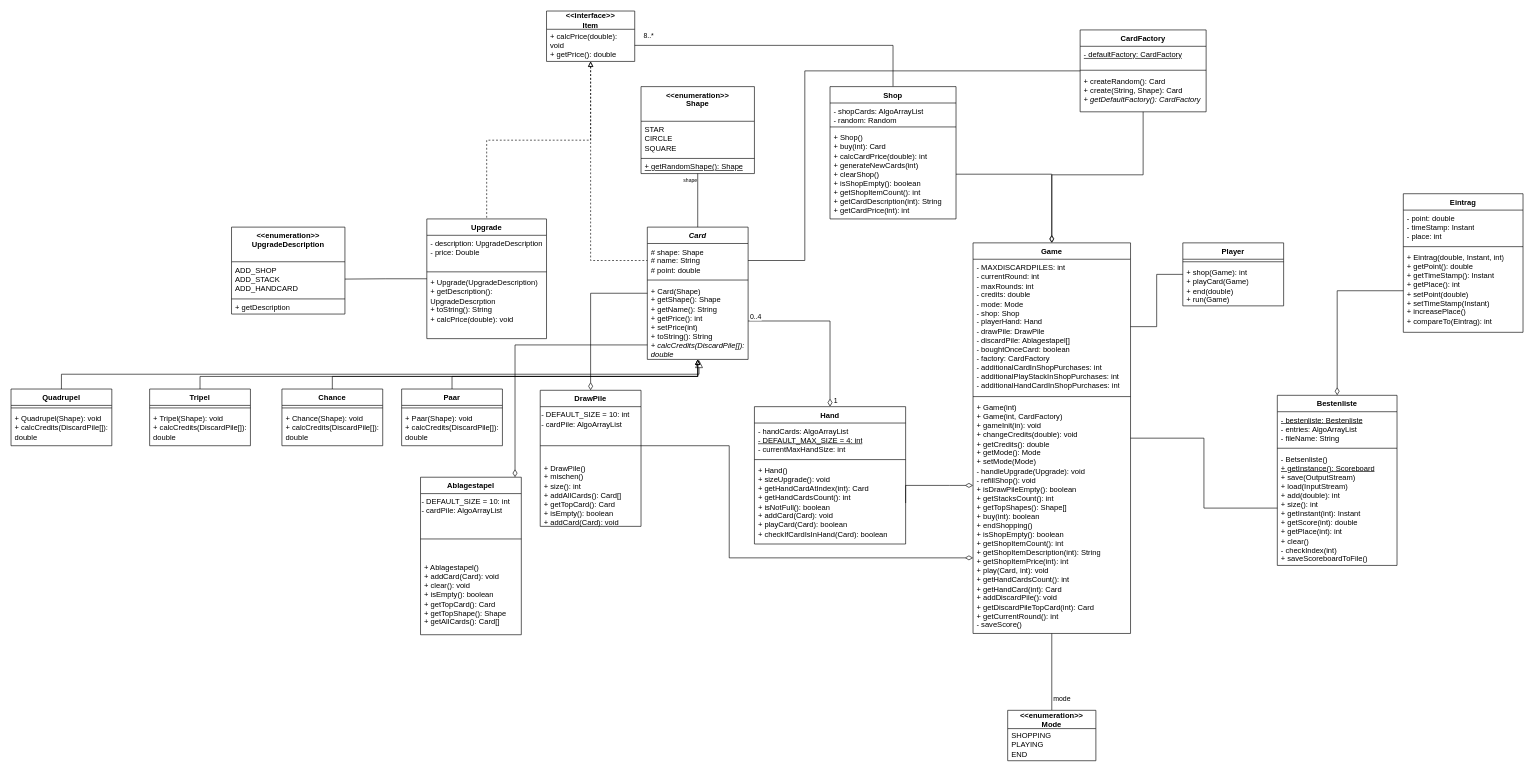
This is UML/KrassesProgrammierenProjekt.drawio from TrainFan1804/CardGame, a draw.io file, before an edit. Source tidied: cells renumbered, new cells numbered last; positions are measured from the earlier drawing's top-left corner, leaving out a move shared by most shapes. Both pictures are drawn from the tidied source at 63%, with x=0, y=0 at pixel (11, 11).
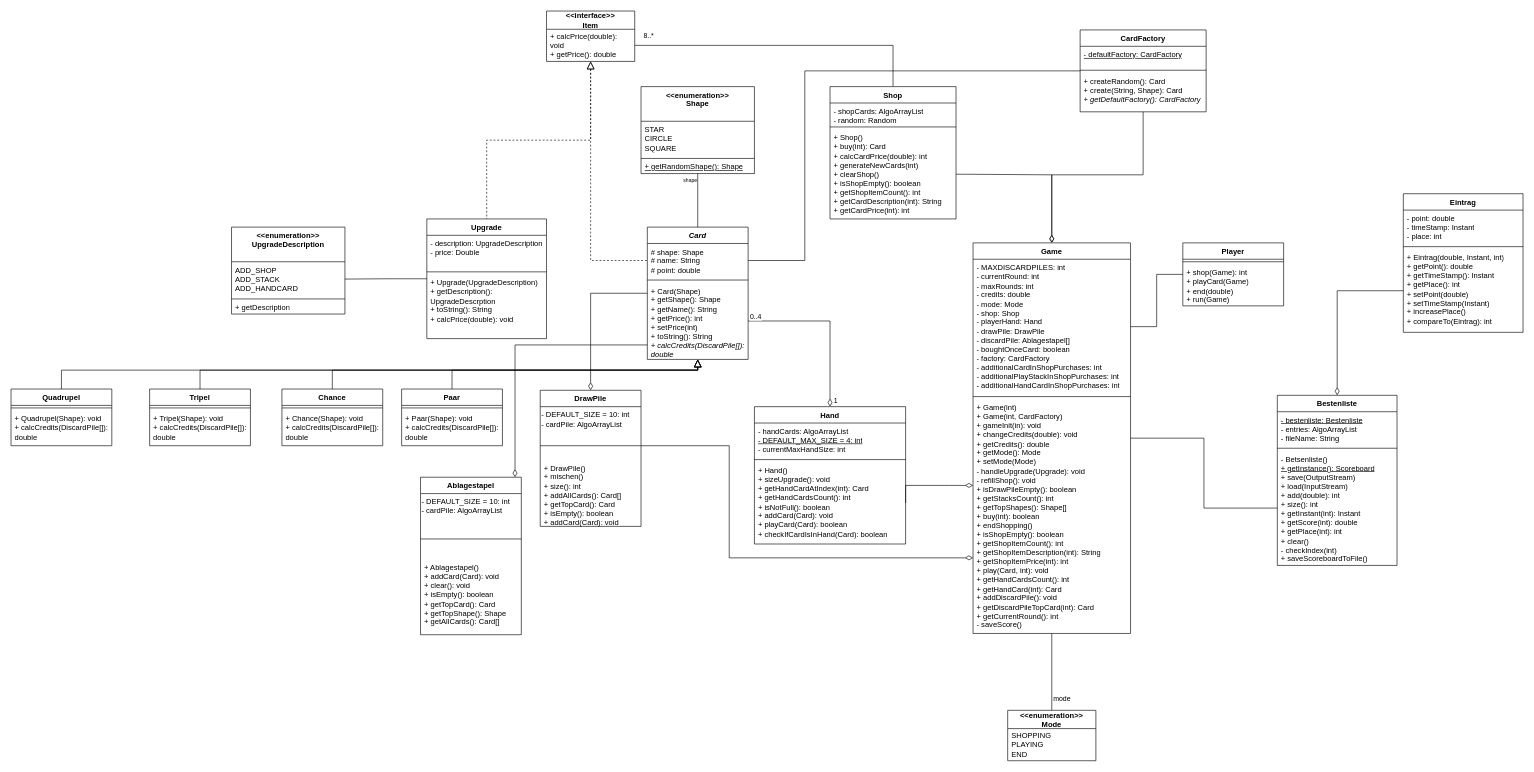
The same diagram, later.

Unchanged cells that the change refers to:
```xml
<mxCell id="7" value="&lt;i&gt;Card&lt;/i&gt;" style="swimlane;fontStyle=1;align=center;verticalAlign=top;horizontal=1;startSize=26;whiteSpace=wrap;html=1;labelBackgroundColor=none;" parent="1" vertex="1">
  <mxGeometry x="1010" y="343" width="160" height="210" as="geometry" />
</mxCell>
<mxCell id="8" value="# shape: Shape&lt;div&gt;# name: String&lt;/div&gt;&lt;div&gt;# point: double&lt;/div&gt;" style="text;strokeColor=none;fillColor=none;align=left;verticalAlign=top;spacingLeft=4;spacingRight=4;overflow=hidden;points=[[0,0.5],[1,0.5]];portConstraint=eastwest;whiteSpace=wrap;html=1;labelBackgroundColor=none;" parent="7" vertex="1">
  <mxGeometry y="26" width="160" height="54" as="geometry" />
</mxCell>
<mxCell id="10" value="+ Card(Shape)&lt;div&gt;+ getShape(): Shape&lt;/div&gt;&lt;div&gt;+ getName(): String&lt;/div&gt;&lt;div&gt;+ getPrice(): int&lt;/div&gt;&lt;div&gt;+ setPrice(int)&lt;/div&gt;&lt;div&gt;+ toString(): String&lt;/div&gt;&lt;div&gt;&lt;i&gt;+ calcCredits(DiscardPile[]): double&lt;/i&gt;&lt;br&gt;&lt;/div&gt;" style="text;strokeColor=none;fillColor=none;align=left;verticalAlign=top;spacingLeft=4;spacingRight=4;overflow=hidden;points=[[0,0.5],[1,0.5]];portConstraint=eastwest;whiteSpace=wrap;html=1;labelBackgroundColor=none;" parent="7" vertex="1">
  <mxGeometry y="88" width="160" height="122" as="geometry" />
</mxCell>
<mxCell id="17" value="Ablagestapel" style="swimlane;fontStyle=1;align=center;verticalAlign=top;horizontal=1;startSize=26;whiteSpace=wrap;html=1;labelBackgroundColor=none;" parent="1" vertex="1">
  <mxGeometry x="650" y="740" width="160" height="250" as="geometry" />
</mxCell>
<mxCell id="21" value="DrawPile" style="swimlane;fontStyle=1;align=center;verticalAlign=top;horizontal=1;startSize=26;whiteSpace=wrap;html=1;labelBackgroundColor=none;" parent="1" vertex="1">
  <mxGeometry x="840" y="602" width="160" height="216" as="geometry" />
</mxCell>
<mxCell id="37" value="&lt;div&gt;+ Shop()&lt;/div&gt;+ buy(int): Card&lt;div&gt;+ calcCardPrice(double): int&lt;/div&gt;&lt;div&gt;+ generateNewCards(int)&lt;/div&gt;&lt;div&gt;+ clearShop()&lt;/div&gt;&lt;div&gt;+ isShopEmpty(): boolean&lt;/div&gt;&lt;div&gt;+ getShopItemCount(): int&lt;/div&gt;&lt;div&gt;+ getCardDescription(int): String&lt;/div&gt;&lt;div&gt;+ getCardPrice(int): int&lt;br&gt;&lt;div&gt;&lt;br&gt;&lt;/div&gt;&lt;/div&gt;" style="text;strokeColor=none;fillColor=none;align=left;verticalAlign=top;spacingLeft=4;spacingRight=4;overflow=hidden;points=[[0,0.5],[1,0.5]];portConstraint=eastwest;whiteSpace=wrap;html=1;labelBackgroundColor=none;" parent="34" vertex="1">
  <mxGeometry y="68" width="200" height="142" as="geometry" />
</mxCell>
<mxCell id="42" value="&lt;div&gt;Game&lt;/div&gt;" style="swimlane;fontStyle=1;align=center;verticalAlign=top;horizontal=1;startSize=26;whiteSpace=wrap;html=1;labelBackgroundColor=none;" parent="1" vertex="1">
  <mxGeometry x="1527" y="368" width="250" height="620" as="geometry" />
</mxCell>
<mxCell id="55" value="Upgrade" style="swimlane;fontStyle=1;align=center;verticalAlign=top;horizontal=1;startSize=26;whiteSpace=wrap;html=1;labelBackgroundColor=none;" parent="1" vertex="1">
  <mxGeometry x="660" y="330" width="190" height="190" as="geometry" />
</mxCell>
<mxCell id="65" value="&amp;lt;&amp;lt;interface&amp;gt;&amp;gt;&lt;div&gt;Item&lt;/div&gt;" style="swimlane;fontStyle=1;align=center;verticalAlign=middle;horizontal=1;startSize=29;html=1;whiteSpace=wrap;labelBackgroundColor=none;" parent="1" vertex="1">
  <mxGeometry x="850" width="140" height="80" as="geometry" />
</mxCell>
<mxCell id="67" value="Chance" style="swimlane;fontStyle=1;align=center;verticalAlign=top;horizontal=1;startSize=26;whiteSpace=wrap;html=1;labelBackgroundColor=none;" parent="1" vertex="1">
  <mxGeometry x="430" y="600" width="160" height="90" as="geometry" />
</mxCell>
<mxCell id="70" value="Paar" style="swimlane;fontStyle=1;align=center;verticalAlign=top;horizontal=1;startSize=26;whiteSpace=wrap;html=1;labelBackgroundColor=none;" parent="1" vertex="1">
  <mxGeometry x="620" y="600" width="160" height="90" as="geometry" />
</mxCell>
<mxCell id="73" value="Tripel" style="swimlane;fontStyle=1;align=center;verticalAlign=top;horizontal=1;startSize=26;whiteSpace=wrap;html=1;labelBackgroundColor=none;" parent="1" vertex="1">
  <mxGeometry x="220" y="600" width="160" height="90" as="geometry" />
</mxCell>
<mxCell id="78" value="CardFactory" style="swimlane;fontStyle=1;align=center;verticalAlign=top;horizontal=1;startSize=26;whiteSpace=wrap;html=1;labelBackgroundColor=none;" parent="1" vertex="1">
  <mxGeometry x="1697" y="30" width="200" height="130" as="geometry" />
</mxCell>
<mxCell id="82" value="Quadrupel" style="swimlane;fontStyle=1;align=center;verticalAlign=top;horizontal=1;startSize=26;whiteSpace=wrap;html=1;labelBackgroundColor=none;" parent="1" vertex="1">
  <mxGeometry y="600" width="160" height="90" as="geometry" />
</mxCell>
```

Diff of the diagram source:
```diff
@@
+    <mxCell id="5" style="edgeStyle=orthogonalEdgeStyle;rounded=0;jettySize=auto;html=1;endArrow=diamondThin;endFill=0;startArrow=none;startFill=0;endSize=10;" parent="1" edge="1" source="7" target="21">
+      <mxGeometry relative="1" as="geometry">
+        <Array as="points">
+          <mxPoint x="920" y="448" />
+        </Array>
+      </mxGeometry>
+    </mxCell>
+    <mxCell id="6" style="edgeStyle=orthogonalEdgeStyle;rounded=0;jettySize=auto;html=1;endArrow=diamondThin;endFill=0;endSize=10;" parent="1" edge="1" source="7" target="17">
+      <mxGeometry relative="1" as="geometry">
+        <Array as="points">
+          <mxPoint x="800" y="530" />
+        </Array>
+      </mxGeometry>
+    </mxCell>
-    <mxCell id="2" style="edgeStyle=orthogonalEdgeStyle;rounded=0;jettySize=auto;html=1;entryX=0.5;entryY=0;entryDx=0;entryDy=0;startArrow=block;startFill=0;endArrow=none;endFill=0;" parent="1" edge="1" source="7" target="70">
+    <mxCell id="2" style="edgeStyle=orthogonalEdgeStyle;rounded=0;jettySize=auto;html=1;entryX=0.5;entryY=0;entryDx=0;entryDy=0;endArrow=none;endFill=0;startArrow=block;startFill=0;startSize=10;" parent="1" edge="1" source="7" target="70">
       <mxGeometry relative="1" as="geometry">
         <Array as="points">
-          <mxPoint x="1090" y="580" />
-          <mxPoint x="700" y="580" />
+          <mxPoint x="1090" y="570" />
+          <mxPoint x="700" y="570" />
         </Array>
       </mxGeometry>
     </mxCell>
-    <mxCell id="3" style="edgeStyle=orthogonalEdgeStyle;rounded=0;jettySize=auto;html=1;startArrow=block;startFill=0;endArrow=none;endFill=0;" parent="1" edge="1" source="7" target="67">
+    <mxCell id="3" style="edgeStyle=orthogonalEdgeStyle;rounded=0;jettySize=auto;html=1;entryX=0.5;entryY=0;entryDx=0;entryDy=0;endArrow=none;endFill=0;startArrow=block;startFill=0;startSize=10;" parent="1" edge="1" source="7" target="67">
       <mxGeometry relative="1" as="geometry">
         <Array as="points">
-          <mxPoint x="1090" y="580" />
-          <mxPoint x="510" y="580" />
+          <mxPoint x="1090" y="570" />
+          <mxPoint x="510" y="570" />
         </Array>
       </mxGeometry>
     </mxCell>
-    <mxCell id="4" style="edgeStyle=orthogonalEdgeStyle;rounded=0;jettySize=auto;html=1;endArrow=none;endFill=0;startArrow=block;startFill=0;" parent="1" edge="1" source="7" target="73">
+    <mxCell id="4" style="edgeStyle=orthogonalEdgeStyle;rounded=0;jettySize=auto;html=1;endArrow=none;endFill=0;startSize=10;startArrow=block;startFill=0;" parent="1" edge="1" source="7" target="73">
       <mxGeometry relative="1" as="geometry">
         <Array as="points">
-          <mxPoint x="1090" y="580" />
-          <mxPoint x="300" y="580" />
+          <mxPoint x="1090" y="570" />
+          <mxPoint x="300" y="570" />
         </Array>
       </mxGeometry>
     </mxCell>
-    <mxCell id="5" style="edgeStyle=orthogonalEdgeStyle;rounded=0;jettySize=auto;html=1;endArrow=diamondThin;endFill=0;startArrow=none;startFill=0;endSize=10;" parent="1" edge="1" source="7" target="21">
-      <mxGeometry relative="1" as="geometry">
-        <Array as="points">
-          <mxPoint x="920" y="448" />
-        </Array>
-      </mxGeometry>
-    </mxCell>
-    <mxCell id="6" style="edgeStyle=orthogonalEdgeStyle;rounded=0;jettySize=auto;html=1;endArrow=diamondThin;endFill=0;endSize=10;" parent="1" edge="1" source="7" target="17">
-      <mxGeometry relative="1" as="geometry">
-        <Array as="points">
-          <mxPoint x="800" y="530" />
-        </Array>
-      </mxGeometry>
-    </mxCell>
+    <mxCell id="95" style="edgeStyle=orthogonalEdgeStyle;rounded=0;jettySize=auto;html=1;entryX=0.5;entryY=0;entryDx=0;entryDy=0;endArrow=none;endFill=0;startArrow=block;startFill=0;startSize=10;" parent="1" edge="1" source="7" target="82">
+      <mxGeometry relative="1" as="geometry">
+        <Array as="points">
+          <mxPoint x="1090" y="570" />
+          <mxPoint x="80" y="570" />
+        </Array>
+      </mxGeometry>
+    </mxCell>
@@
     <mxCell id="38" style="edgeStyle=orthogonalEdgeStyle;rounded=0;jettySize=auto;html=1;entryX=1;entryY=0.5;entryDx=0;entryDy=0;endArrow=none;endFill=0;startArrow=diamondThin;startFill=0;startSize=10;" parent="1" edge="1" source="42" target="37">
-      <mxGeometry relative="1" as="geometry" />
+      <mxGeometry relative="1" as="geometry">
+        <Array as="points">
+          <mxPoint x="1652" y="260" />
+          <mxPoint x="1500" y="260" />
+        </Array>
+      </mxGeometry>
     </mxCell>
@@
-    <mxCell id="63" style="edgeStyle=orthogonalEdgeStyle;rounded=0;jettySize=auto;html=1;startArrow=block;startFill=0;endArrow=none;endFill=0;dashed=1;" parent="1" edge="1" source="65" target="55">
+    <mxCell id="63" style="edgeStyle=orthogonalEdgeStyle;rounded=0;jettySize=auto;html=1;startArrow=block;startFill=0;endArrow=none;endFill=0;dashed=1;startSize=10;" parent="1" edge="1" source="65" target="55">
       <mxGeometry relative="1" as="geometry" />
     </mxCell>
-    <mxCell id="64" style="edgeStyle=orthogonalEdgeStyle;rounded=0;jettySize=auto;html=1;entryX=0;entryY=0.5;entryDx=0;entryDy=0;startArrow=block;startFill=0;dashed=1;endArrow=none;endFill=0;" parent="1" edge="1" source="65" target="8">
+    <mxCell id="64" style="edgeStyle=orthogonalEdgeStyle;rounded=0;jettySize=auto;html=1;entryX=0;entryY=0.5;entryDx=0;entryDy=0;startArrow=block;startFill=0;dashed=1;endArrow=none;endFill=0;startSize=10;" parent="1" edge="1" source="65" target="8">
       <mxGeometry relative="1" as="geometry" />
     </mxCell>
@@
-    <mxCell id="76" style="edgeStyle=orthogonalEdgeStyle;rounded=0;jettySize=auto;html=1;entryX=0.5;entryY=0;entryDx=0;entryDy=0;endArrow=diamondThin;endFill=0;endSize=9;" parent="1" edge="1" source="78" target="42">
+    <mxCell id="76" style="edgeStyle=orthogonalEdgeStyle;rounded=0;jettySize=auto;html=1;entryX=0.5;entryY=0;entryDx=0;entryDy=0;endArrow=diamondThin;endFill=0;endSize=10;" parent="1" edge="1" source="78" target="42">
       <mxGeometry relative="1" as="geometry">
         <Array as="points">
           <mxPoint x="1797" y="260" />
           <mxPoint x="1652" y="260" />
         </Array>
       </mxGeometry>
     </mxCell>
@@
-    <mxCell id="85" style="edgeStyle=orthogonalEdgeStyle;rounded=0;jettySize=auto;html=1;entryX=0.513;entryY=1.008;entryDx=0;entryDy=0;entryPerimeter=0;endArrow=block;endFill=0;endSize=10;" parent="1" edge="1" source="82" target="10">
-      <mxGeometry relative="1" as="geometry" />
-    </mxCell>
```
